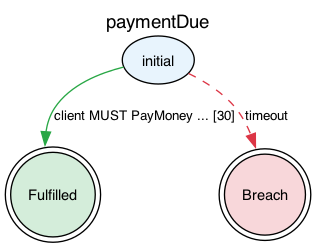
Earlier version of the Graphviz export jl4/examples/state-graphs/paymentDue.png (legalese/l4-ide). Its source is kept beside it as jl4/examples/state-graphs/paymentDue.dot.
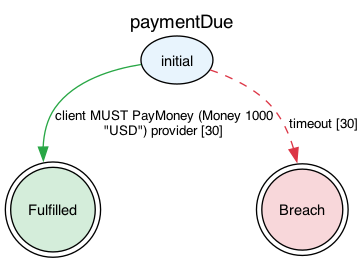
Later version of the same file.

The edit, as a diff of the source:
```diff
@@ -23,10 +23,10 @@
       ,style=filled
       ,shape=doublecircle
       ,fillcolor="#f8d7da"];
-    0 -> 1 [label="client MUST PayMoney ... [30]"
+    0 -> 1 [label="client MUST PayMoney (Money 1000\n\"USD\") provider [30]"
            ,color="#28a745"
            ,style=solid];
-    0 -> 2 [label=timeout
+    0 -> 2 [label="timeout [30]"
            ,color="#dc3545"
            ,style=dashed];
 }
```
